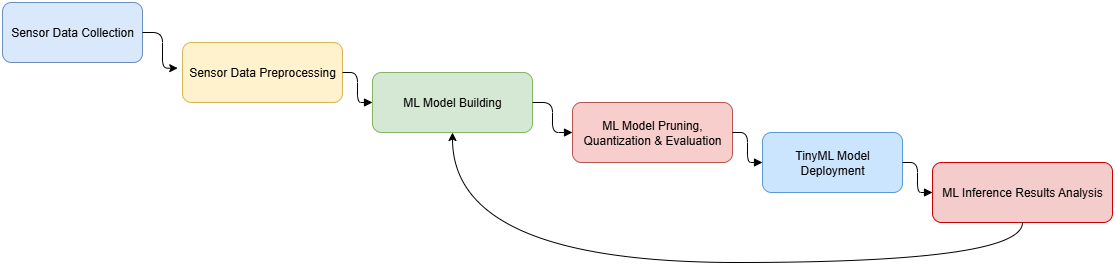
The draw.io diagram paper/ml_our_process.drawio.png in rishi-latchmepersad/TinyML-Home-Weather-Forecasting, before a commit. Source tidied: cells renumbered, new cells last; positions are measured from the earlier drawing's top-left corner, leaving out a move shared by most shapes.
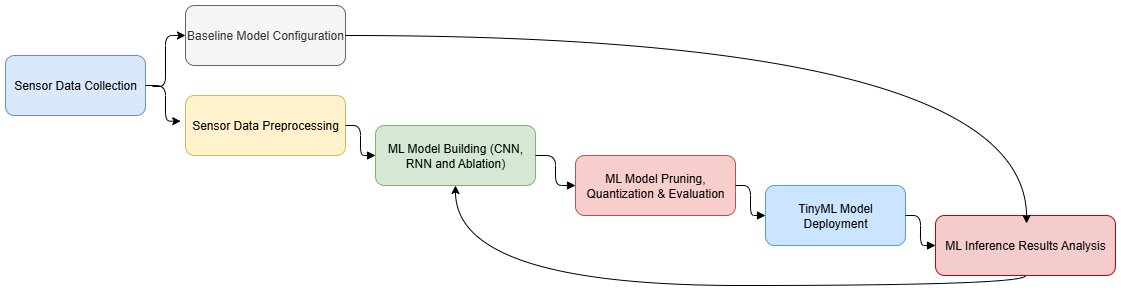
After the commit.

Diff of the diagram source:
```diff
@@ -8,7 +8,7 @@
     <mxCell id="3" value="Sensor Data Preprocessing" style="rounded=1;whiteSpace=wrap;html=1;fillColor=#fff2cc;strokeColor=#d6b656;" parent="1" vertex="1">
       <mxGeometry x="180" y="40" width="160" height="60" as="geometry" />
     </mxCell>
-    <mxCell id="4" value="ML Model Building" style="rounded=1;whiteSpace=wrap;html=1;fillColor=#d5e8d4;strokeColor=#82b366;" parent="1" vertex="1">
+    <mxCell id="4" value="ML Model Building (CNN, RNN and Ablation)" style="rounded=1;whiteSpace=wrap;html=1;fillColor=#d5e8d4;strokeColor=#82b366;" parent="1" vertex="1">
       <mxGeometry x="370" y="70" width="160" height="60" as="geometry" />
     </mxCell>
     <mxCell id="5" value="ML Model Pruning, Quantization &amp;amp; Evaluation" style="rounded=1;whiteSpace=wrap;html=1;fillColor=#f8cecc;strokeColor=#b85450;" parent="1" vertex="1">
@@ -36,12 +36,16 @@
       <mxGeometry relative="1" as="geometry" />
     </mxCell>
     <mxCell id="13" style="endArrow=classic;html=1;rounded=0;exitX=0.5;exitY=1;exitDx=0;exitDy=0;entryX=0.5;entryY=1;entryDx=0;entryDy=0;edgeStyle=orthogonalEdgeStyle;curved=1;" parent="1" edge="1" source="7" target="4">
-      <mxGeometry relative="1" as="geometry">
-        <Array as="points">
-          <mxPoint x="1020" y="260" />
-          <mxPoint x="450" y="260" />
-        </Array>
-      </mxGeometry>
+      <mxGeometry relative="1" as="geometry" />
     </mxCell>
+    <mxCell id="14" value="Baseline Model Configuration" style="rounded=1;whiteSpace=wrap;html=1;fillColor=#f5f5f5;strokeColor=#666666;fontColor=#333333;" parent="1" vertex="1">
+      <mxGeometry x="180" y="-50" width="160" height="60" as="geometry" />
+    </mxCell>
+    <mxCell id="15" style="edgeStyle=orthogonalEdgeStyle;endArrow=classic;html=1;strokeColor=#000000;endFill=1;entryX=0;entryY=0.5;entryDx=0;entryDy=0;exitX=1.05;exitY=0.517;exitDx=0;exitDy=0;exitPerimeter=0;" parent="1" edge="1" source="2" target="14">
+      <mxGeometry relative="1" as="geometry" />
+    </mxCell>
+    <mxCell id="16" style="edgeStyle=orthogonalEdgeStyle;rounded=0;jettySize=auto;html=1;entryX=0.506;entryY=0.133;entryDx=0;entryDy=0;entryPerimeter=0;elbow=vertical;curved=1;" parent="1" edge="1" source="14" target="7">
+      <mxGeometry relative="1" as="geometry" />
+    </mxCell>
   </root>
 </mxGraphModel>
```
